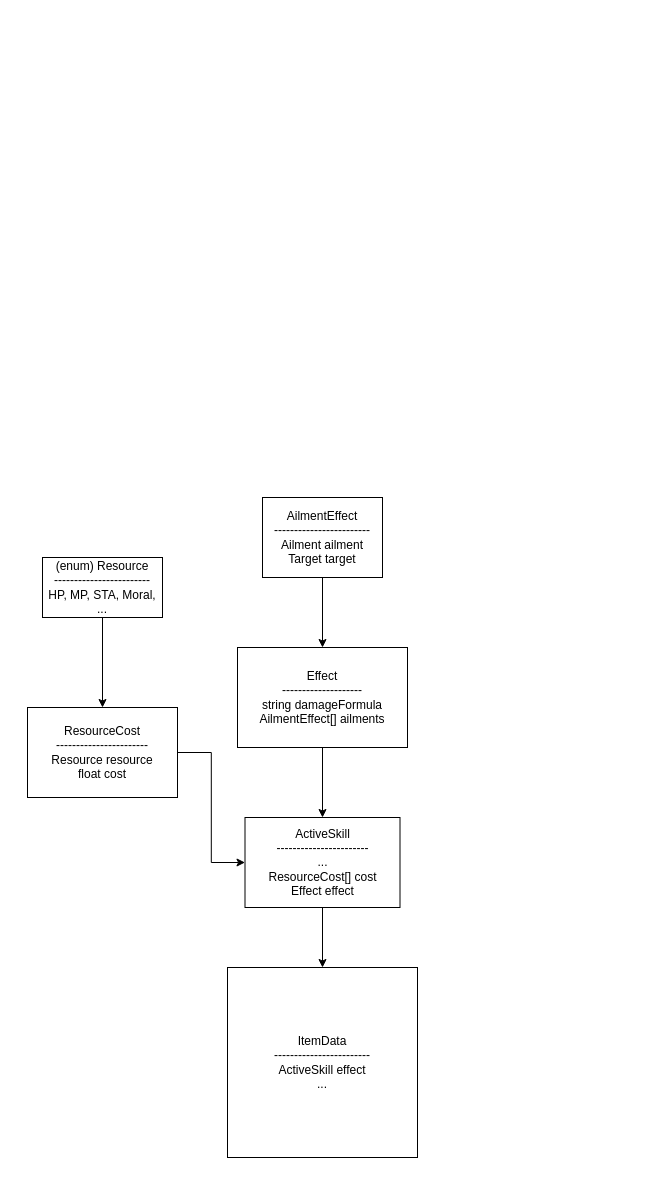
Before: workflows/Inventory,Skills & Effects.drawio in moretech1402/Unity-Scripts, a draw.io diagram. Source tidied: cells renumbered, new cells numbered last; positions are measured from the earlier drawing's top-left corner, leaving out a move shared by most shapes. Both pictures are drawn from the tidied source at 100%, with x=0, y=0 at pixel (27, 497).
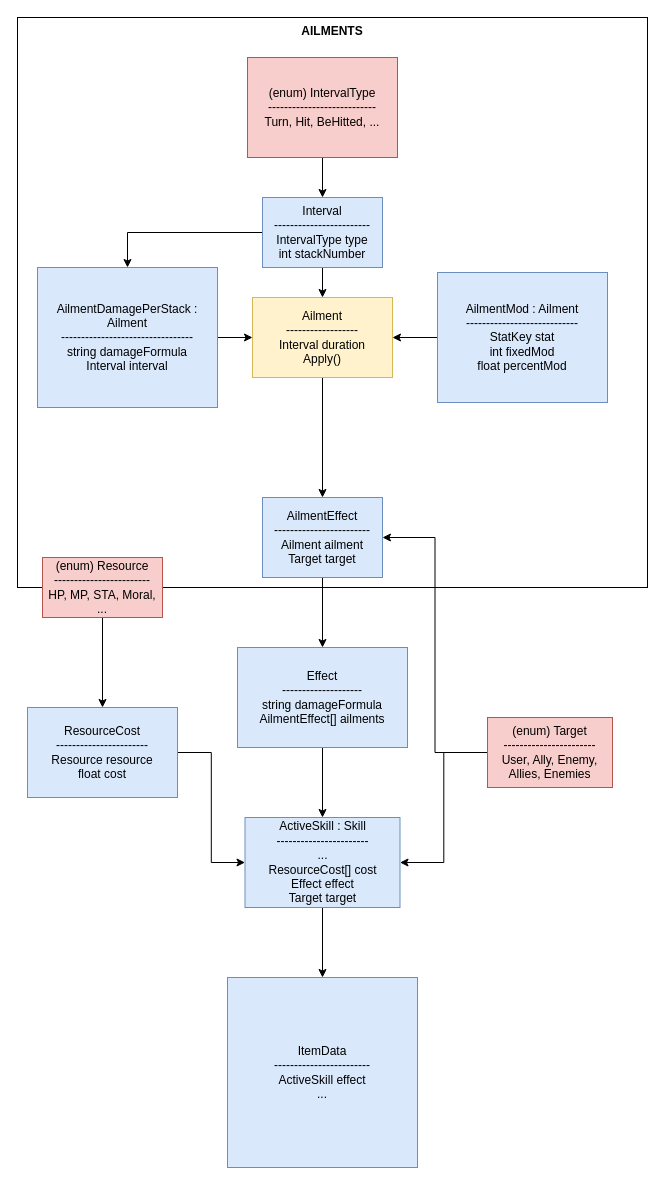
The same diagram, later.

Diff of the diagram source:
```diff
@@
+    <mxCell id="13" value="&lt;b&gt;AILMENTS&lt;/b&gt;" style="whiteSpace=wrap;html=1;fillColor=none;horizontal=1;verticalAlign=top;" parent="1" vertex="1">
+      <mxGeometry x="-10" y="-480" width="630" height="570" as="geometry" />
+    </mxCell>
-    <mxCell id="2" value="ItemData&lt;div&gt;------------------------&lt;/div&gt;&lt;div&gt;ActiveSkill effect&lt;/div&gt;&lt;div&gt;...&lt;/div&gt;" style="whiteSpace=wrap;html=1;" parent="1" vertex="1">
-      <mxGeometry x="200" y="470" width="190" height="190" as="geometry" />
+    <mxCell id="2" value="ItemData&lt;div&gt;------------------------&lt;/div&gt;&lt;div&gt;ActiveSkill effect&lt;/div&gt;&lt;div&gt;...&lt;/div&gt;" style="whiteSpace=wrap;html=1;fillColor=#dae8fc;strokeColor=#6c8ebf;" parent="1" vertex="1">
+      <mxGeometry x="200" y="480" width="190" height="190" as="geometry" />
     </mxCell>
@@
-    <mxCell id="4" value="Effect&lt;div&gt;--------------------&lt;/div&gt;&lt;div&gt;string damageFormula&lt;/div&gt;&lt;div&gt;AilmentEffect[] ailments&lt;/div&gt;" style="rounded=0;whiteSpace=wrap;html=1;" parent="1" vertex="1">
+    <mxCell id="4" value="Effect&lt;div&gt;--------------------&lt;/div&gt;&lt;div&gt;string damageFormula&lt;/div&gt;&lt;div&gt;AilmentEffect[] ailments&lt;/div&gt;" style="rounded=0;whiteSpace=wrap;html=1;fillColor=#dae8fc;strokeColor=#6c8ebf;" parent="1" vertex="1">
       <mxGeometry x="210" y="150" width="170" height="100" as="geometry" />
     </mxCell>
@@
-    <mxCell id="6" value="AilmentEffect&lt;div&gt;------------------------&lt;/div&gt;&lt;div&gt;Ailment ailment&lt;/div&gt;&lt;div&gt;Target target&lt;/div&gt;" style="rounded=0;whiteSpace=wrap;html=1;" parent="1" vertex="1">
+    <mxCell id="6" value="AilmentEffect&lt;div&gt;------------------------&lt;/div&gt;&lt;div&gt;Ailment ailment&lt;/div&gt;&lt;div&gt;Target target&lt;/div&gt;" style="rounded=0;whiteSpace=wrap;html=1;fillColor=#dae8fc;strokeColor=#6c8ebf;" parent="1" vertex="1">
       <mxGeometry x="235" width="120" height="80" as="geometry" />
     </mxCell>
@@
-    <mxCell id="8" value="ActiveSkill&lt;div&gt;-----------------------&lt;/div&gt;&lt;div&gt;...&lt;/div&gt;&lt;div&gt;ResourceCost[] cost&lt;/div&gt;&lt;div&gt;Effect effect&lt;/div&gt;" style="rounded=0;whiteSpace=wrap;html=1;" parent="1" vertex="1">
+    <mxCell id="8" value="ActiveSkill : Skill&lt;div&gt;-----------------------&lt;/div&gt;&lt;div&gt;...&lt;/div&gt;&lt;div&gt;ResourceCost[] cost&lt;/div&gt;&lt;div&gt;Effect effect&lt;/div&gt;&lt;div&gt;Target target&lt;/div&gt;" style="rounded=0;whiteSpace=wrap;html=1;fillColor=#dae8fc;strokeColor=#6c8ebf;" parent="1" vertex="1">
       <mxGeometry x="217.5" y="320" width="155" height="90" as="geometry" />
     </mxCell>
@@
-    <mxCell id="10" value="ResourceCost&lt;div&gt;-----------------------&lt;/div&gt;&lt;div&gt;Resource resource&lt;/div&gt;&lt;div&gt;float cost&lt;/div&gt;" style="rounded=0;whiteSpace=wrap;html=1;" parent="1" vertex="1">
+    <mxCell id="10" value="ResourceCost&lt;div&gt;-----------------------&lt;/div&gt;&lt;div&gt;Resource resource&lt;/div&gt;&lt;div&gt;float cost&lt;/div&gt;" style="rounded=0;whiteSpace=wrap;html=1;fillColor=#dae8fc;strokeColor=#6c8ebf;" parent="1" vertex="1">
       <mxGeometry y="210" width="150" height="90" as="geometry" />
     </mxCell>
@@
-    <mxCell id="12" value="(enum) Resource&lt;div&gt;------------------------&lt;/div&gt;&lt;div&gt;HP, MP, STA, Moral, ...&lt;/div&gt;" style="rounded=0;whiteSpace=wrap;html=1;" parent="1" vertex="1">
+    <mxCell id="12" value="(enum) Resource&lt;div&gt;------------------------&lt;/div&gt;&lt;div&gt;HP, MP, STA, Moral, ...&lt;/div&gt;" style="rounded=0;whiteSpace=wrap;html=1;fillColor=#f8cecc;strokeColor=#b85450;" parent="1" vertex="1">
       <mxGeometry x="15" y="60" width="120" height="60" as="geometry" />
     </mxCell>
+    <mxCell id="14" style="edgeStyle=orthogonalEdgeStyle;rounded=0;jettySize=auto;html=1;entryX=1;entryY=0.5;entryDx=0;entryDy=0;" parent="1" edge="1" source="16" target="8">
+      <mxGeometry relative="1" as="geometry" />
+    </mxCell>
+    <mxCell id="15" style="edgeStyle=orthogonalEdgeStyle;rounded=0;jettySize=auto;html=1;exitX=0;exitY=0.5;exitDx=0;exitDy=0;entryX=1;entryY=0.5;entryDx=0;entryDy=0;" parent="1" edge="1" source="16" target="6">
+      <mxGeometry relative="1" as="geometry" />
+    </mxCell>
+    <mxCell id="16" value="(enum) Target&lt;div&gt;-----------------------&lt;/div&gt;&lt;div&gt;User, Ally, Enemy, Allies, Enemies&lt;/div&gt;" style="rounded=0;whiteSpace=wrap;html=1;fillColor=#f8cecc;strokeColor=#b85450;" parent="1" vertex="1">
+      <mxGeometry x="460" y="220" width="125" height="70" as="geometry" />
+    </mxCell>
+    <mxCell id="17" style="edgeStyle=none;rounded=0;jettySize=auto;html=1;entryX=0.5;entryY=0;entryDx=0;entryDy=0;" parent="1" edge="1" source="18" target="6">
+      <mxGeometry relative="1" as="geometry" />
+    </mxCell>
+    <mxCell id="18" value="Ailment&lt;div&gt;------------------&lt;/div&gt;&lt;div&gt;Interval duration&lt;/div&gt;&lt;div&gt;Apply()&lt;/div&gt;" style="rounded=0;whiteSpace=wrap;html=1;fillColor=#fff2cc;strokeColor=#d6b656;" parent="1" vertex="1">
+      <mxGeometry x="225" y="-200" width="140" height="80" as="geometry" />
+    </mxCell>
+    <mxCell id="19" style="edgeStyle=orthogonalEdgeStyle;rounded=0;jettySize=auto;html=1;entryX=0.5;entryY=0;entryDx=0;entryDy=0;" parent="1" edge="1" source="20" target="23">
+      <mxGeometry relative="1" as="geometry" />
+    </mxCell>
+    <mxCell id="20" value="(enum) IntervalType&lt;div&gt;---------------------------&lt;/div&gt;&lt;div&gt;Turn, Hit, BeHitted, ...&lt;/div&gt;" style="rounded=0;whiteSpace=wrap;html=1;fillColor=#f8cecc;strokeColor=#b85450;" parent="1" vertex="1">
+      <mxGeometry x="220" y="-440" width="150" height="100" as="geometry" />
+    </mxCell>
+    <mxCell id="21" style="edgeStyle=orthogonalEdgeStyle;rounded=0;jettySize=auto;html=1;entryX=0.5;entryY=0;entryDx=0;entryDy=0;" parent="1" edge="1" source="23" target="25">
+      <mxGeometry relative="1" as="geometry" />
+    </mxCell>
+    <mxCell id="22" style="edgeStyle=orthogonalEdgeStyle;rounded=0;jettySize=auto;html=1;entryX=0.5;entryY=0;entryDx=0;entryDy=0;" parent="1" edge="1" source="23" target="18">
+      <mxGeometry relative="1" as="geometry" />
+    </mxCell>
+    <mxCell id="23" value="Interval&lt;div&gt;------------------------&lt;/div&gt;&lt;div&gt;IntervalType type&lt;/div&gt;&lt;div&gt;int stackNumber&lt;/div&gt;" style="rounded=0;whiteSpace=wrap;html=1;fillColor=#dae8fc;strokeColor=#6c8ebf;" parent="1" vertex="1">
+      <mxGeometry x="235" y="-300" width="120" height="70" as="geometry" />
+    </mxCell>
+    <mxCell id="24" style="edgeStyle=none;rounded=0;jettySize=auto;html=1;entryX=0;entryY=0.5;entryDx=0;entryDy=0;" parent="1" edge="1" source="25" target="18">
+      <mxGeometry relative="1" as="geometry" />
+    </mxCell>
+    <mxCell id="25" value="AilmentDamagePerStack : Ailment&lt;div&gt;---------------------------------&lt;/div&gt;&lt;div&gt;string damageFormula&lt;/div&gt;&lt;div&gt;Interval interval&lt;/div&gt;" style="rounded=0;whiteSpace=wrap;html=1;fillColor=#dae8fc;strokeColor=#6c8ebf;" parent="1" vertex="1">
+      <mxGeometry x="10" y="-230" width="180" height="140" as="geometry" />
+    </mxCell>
+    <mxCell id="26" style="edgeStyle=none;rounded=0;jettySize=auto;html=1;entryX=1;entryY=0.5;entryDx=0;entryDy=0;" parent="1" edge="1" source="27" target="18">
+      <mxGeometry relative="1" as="geometry" />
+    </mxCell>
+    <mxCell id="27" value="AilmentMod : Ailment&lt;div&gt;----------------------------&lt;/div&gt;&lt;div&gt;StatKey stat&lt;/div&gt;&lt;div&gt;int fixedMod&lt;/div&gt;&lt;div&gt;float percentMod&lt;/div&gt;" style="rounded=0;whiteSpace=wrap;html=1;fillColor=#dae8fc;strokeColor=#6c8ebf;" parent="1" vertex="1">
+      <mxGeometry x="410" y="-225" width="170" height="130" as="geometry" />
+    </mxCell>
```
